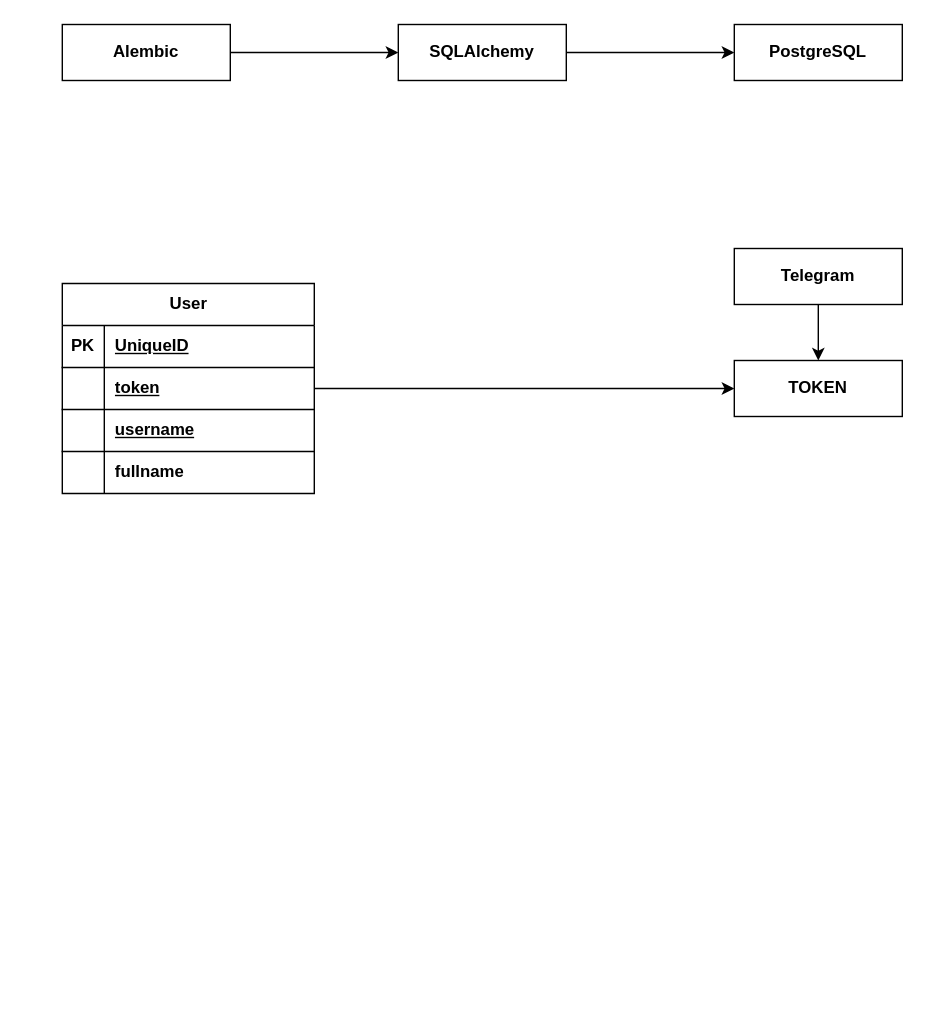
Before: page "Core" (3 of 4) of data/Diagram.drawio in aintp3d0/GameProfile, a draw.io diagram. Source tidied: cells renumbered, new cells numbered last; positions are measured from the earlier drawing's top-left corner, leaving out a move shared by most shapes. Both pictures are drawn from the tidied source at 140%, with x=0, y=0 at pixel (62, 24).
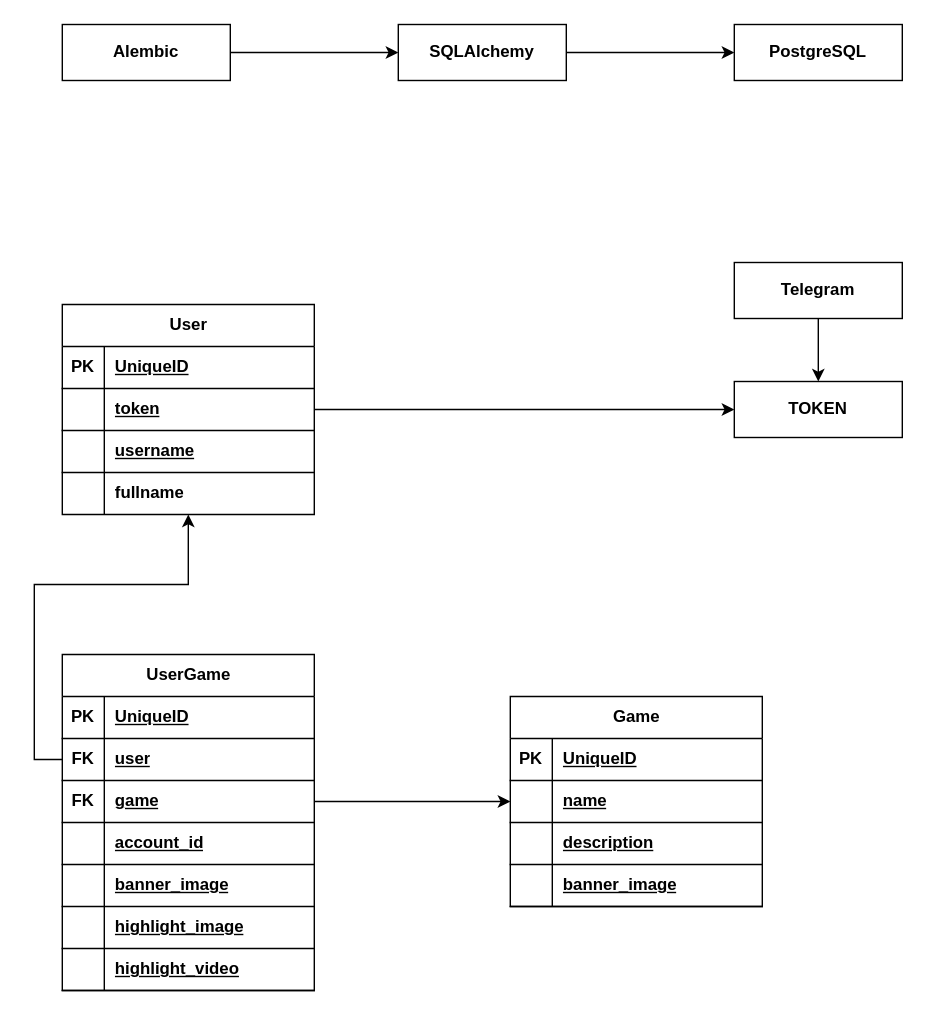
The same page after the edit.

Commit message (it also covers changes not shown here):
Core: Add tables `Game`, `UserGame`

Diff of the diagram source:
```diff
@@
     <mxCell id="7" value="User" style="shape=table;startSize=30;childLayout=tableLayout;rowLines=0;fontStyle=1;align=center;html=1;" parent="1" vertex="1">
-      <mxGeometry y="185" width="180" height="150" as="geometry" />
+      <mxGeometry y="200" width="180" height="150" as="geometry" />
     </mxCell>
@@
     <mxCell id="21" value="&lt;b&gt;Telegram&lt;/b&gt;" style="rounded=0;whiteSpace=wrap;html=1;" parent="1" vertex="1">
-      <mxGeometry x="480" y="160" width="120" height="40" as="geometry" />
+      <mxGeometry x="480" y="170" width="120" height="40" as="geometry" />
     </mxCell>
     <mxCell id="22" value="&lt;b&gt;TOKEN&lt;/b&gt;" style="whiteSpace=wrap;html=1;rounded=0;" parent="1" vertex="1">
-      <mxGeometry x="480" y="240" width="120" height="40" as="geometry" />
+      <mxGeometry x="480" y="255" width="120" height="40" as="geometry" />
     </mxCell>
+    <mxCell id="24" value="Game" style="shape=table;startSize=30;childLayout=tableLayout;rowLines=0;fontStyle=1;align=center;html=1;" parent="1" vertex="1">
+      <mxGeometry x="320" y="480" width="180" height="150" as="geometry" />
+    </mxCell>
+    <mxCell id="25" style="shape=tableRow;horizontal=0;startSize=0;swimlaneHead=0;swimlaneBody=0;fillColor=none;top=0;left=0;right=0;bottom=1;" parent="24" vertex="1">
+      <mxGeometry y="30" width="180" height="30" as="geometry" />
+    </mxCell>
+    <mxCell id="26" value="PK" style="shape=partialRectangle;fillColor=none;top=0;left=0;bottom=0;right=0;fontStyle=1;overflow=hidden;whiteSpace=wrap;html=1;" parent="25" vertex="1">
+      <mxGeometry width="30" height="30" as="geometry" />
+    </mxCell>
+    <mxCell id="27" value="UniqueID" style="shape=partialRectangle;fillColor=none;top=0;left=0;bottom=0;right=0;align=left;spacingLeft=6;fontStyle=5;overflow=hidden;whiteSpace=wrap;html=1;" parent="25" vertex="1">
+      <mxGeometry x="30" width="150" height="30" as="geometry" />
+    </mxCell>
+    <mxCell id="28" style="shape=tableRow;horizontal=0;startSize=0;swimlaneHead=0;swimlaneBody=0;fillColor=none;top=0;left=0;right=0;bottom=1;" parent="24" vertex="1">
+      <mxGeometry y="60" width="180" height="30" as="geometry" />
+    </mxCell>
+    <mxCell id="29" style="shape=partialRectangle;fillColor=none;top=0;left=0;bottom=0;right=0;fontStyle=1;overflow=hidden;whiteSpace=wrap;html=1;" parent="28" vertex="1">
+      <mxGeometry width="30" height="30" as="geometry" />
+    </mxCell>
+    <mxCell id="30" value="name" style="shape=partialRectangle;fillColor=none;top=0;left=0;bottom=0;right=0;align=left;spacingLeft=6;fontStyle=5;overflow=hidden;whiteSpace=wrap;html=1;" parent="28" vertex="1">
+      <mxGeometry x="30" width="150" height="30" as="geometry" />
+    </mxCell>
+    <mxCell id="31" style="shape=tableRow;horizontal=0;startSize=0;swimlaneHead=0;swimlaneBody=0;fillColor=none;top=0;left=0;right=0;bottom=1;" parent="24" vertex="1">
+      <mxGeometry y="90" width="180" height="30" as="geometry" />
+    </mxCell>
+    <mxCell id="32" style="shape=partialRectangle;fillColor=none;top=0;left=0;bottom=0;right=0;fontStyle=1;overflow=hidden;whiteSpace=wrap;html=1;" parent="31" vertex="1">
+      <mxGeometry width="30" height="30" as="geometry" />
+    </mxCell>
+    <mxCell id="33" value="description" style="shape=partialRectangle;fillColor=none;top=0;left=0;bottom=0;right=0;align=left;spacingLeft=6;fontStyle=5;overflow=hidden;whiteSpace=wrap;html=1;" parent="31" vertex="1">
+      <mxGeometry x="30" width="150" height="30" as="geometry" />
+    </mxCell>
+    <mxCell id="34" style="shape=tableRow;horizontal=0;startSize=0;swimlaneHead=0;swimlaneBody=0;fillColor=none;top=0;left=0;right=0;bottom=1;" parent="24" vertex="1">
+      <mxGeometry y="120" width="180" height="30" as="geometry" />
+    </mxCell>
+    <mxCell id="35" style="shape=partialRectangle;fillColor=none;top=0;left=0;bottom=0;right=0;fontStyle=1;overflow=hidden;whiteSpace=wrap;html=1;" parent="34" vertex="1">
+      <mxGeometry width="30" height="30" as="geometry" />
+    </mxCell>
+    <mxCell id="36" value="banner_image" style="shape=partialRectangle;fillColor=none;top=0;left=0;bottom=0;right=0;align=left;spacingLeft=6;fontStyle=5;overflow=hidden;whiteSpace=wrap;html=1;" parent="34" vertex="1">
+      <mxGeometry x="30" width="150" height="30" as="geometry" />
+    </mxCell>
+    <mxCell id="37" value="UserGame" style="shape=table;startSize=30;childLayout=tableLayout;rowLines=0;fontStyle=1;align=center;html=1;" parent="1" vertex="1">
+      <mxGeometry y="450" width="180" height="240" as="geometry" />
+    </mxCell>
+    <mxCell id="38" style="shape=tableRow;horizontal=0;startSize=0;swimlaneHead=0;swimlaneBody=0;fillColor=none;top=0;left=0;right=0;bottom=1;" parent="37" vertex="1">
+      <mxGeometry y="30" width="180" height="30" as="geometry" />
+    </mxCell>
+    <mxCell id="39" value="PK" style="shape=partialRectangle;fillColor=none;top=0;left=0;bottom=0;right=0;fontStyle=1;overflow=hidden;whiteSpace=wrap;html=1;" parent="38" vertex="1">
+      <mxGeometry width="30" height="30" as="geometry" />
+    </mxCell>
+    <mxCell id="40" value="UniqueID" style="shape=partialRectangle;fillColor=none;top=0;left=0;bottom=0;right=0;align=left;spacingLeft=6;fontStyle=5;overflow=hidden;whiteSpace=wrap;html=1;" parent="38" vertex="1">
+      <mxGeometry x="30" width="150" height="30" as="geometry" />
+    </mxCell>
+    <mxCell id="41" style="shape=tableRow;horizontal=0;startSize=0;swimlaneHead=0;swimlaneBody=0;fillColor=none;points=[[0,0.5],[1,0.5]];portConstraint=eastwest;top=0;left=0;right=0;bottom=1;" parent="37" vertex="1">
+      <mxGeometry y="60" width="180" height="30" as="geometry" />
+    </mxCell>
+    <mxCell id="42" value="FK" style="shape=partialRectangle;fillColor=none;top=0;left=0;bottom=0;right=0;fontStyle=1;overflow=hidden;whiteSpace=wrap;html=1;" parent="41" vertex="1">
+      <mxGeometry width="30" height="30" as="geometry" />
+    </mxCell>
+    <mxCell id="43" value="user" style="shape=partialRectangle;fillColor=none;top=0;left=0;bottom=0;right=0;align=left;spacingLeft=6;fontStyle=5;overflow=hidden;whiteSpace=wrap;html=1;" parent="41" vertex="1">
+      <mxGeometry x="30" width="150" height="30" as="geometry" />
+    </mxCell>
+    <mxCell id="44" style="shape=tableRow;horizontal=0;startSize=0;swimlaneHead=0;swimlaneBody=0;fillColor=none;points=[[0,0.5],[1,0.5]];portConstraint=eastwest;top=0;left=0;right=0;bottom=1;" parent="37" vertex="1">
+      <mxGeometry y="90" width="180" height="30" as="geometry" />
+    </mxCell>
+    <mxCell id="45" value="FK" style="shape=partialRectangle;fillColor=none;top=0;left=0;bottom=0;right=0;fontStyle=1;overflow=hidden;whiteSpace=wrap;html=1;" parent="44" vertex="1">
+      <mxGeometry width="30" height="30" as="geometry" />
+    </mxCell>
+    <mxCell id="46" value="game" style="shape=partialRectangle;fillColor=none;top=0;left=0;bottom=0;right=0;align=left;spacingLeft=6;fontStyle=5;overflow=hidden;whiteSpace=wrap;html=1;" parent="44" vertex="1">
+      <mxGeometry x="30" width="150" height="30" as="geometry" />
+    </mxCell>
+    <mxCell id="47" style="shape=tableRow;horizontal=0;startSize=0;swimlaneHead=0;swimlaneBody=0;fillColor=none;top=0;left=0;right=0;bottom=1;" parent="37" vertex="1">
+      <mxGeometry y="120" width="180" height="30" as="geometry" />
+    </mxCell>
+    <mxCell id="48" style="shape=partialRectangle;fillColor=none;top=0;left=0;bottom=0;right=0;fontStyle=1;overflow=hidden;whiteSpace=wrap;html=1;" parent="47" vertex="1">
+      <mxGeometry width="30" height="30" as="geometry" />
+    </mxCell>
+    <mxCell id="49" value="account_id" style="shape=partialRectangle;fillColor=none;top=0;left=0;bottom=0;right=0;align=left;spacingLeft=6;fontStyle=5;overflow=hidden;whiteSpace=wrap;html=1;" parent="47" vertex="1">
+      <mxGeometry x="30" width="150" height="30" as="geometry" />
+    </mxCell>
+    <mxCell id="50" style="shape=tableRow;horizontal=0;startSize=0;swimlaneHead=0;swimlaneBody=0;fillColor=none;top=0;left=0;right=0;bottom=1;" parent="37" vertex="1">
+      <mxGeometry y="150" width="180" height="30" as="geometry" />
+    </mxCell>
+    <mxCell id="51" style="shape=partialRectangle;fillColor=none;top=0;left=0;bottom=0;right=0;fontStyle=1;overflow=hidden;whiteSpace=wrap;html=1;" parent="50" vertex="1">
+      <mxGeometry width="30" height="30" as="geometry" />
+    </mxCell>
+    <mxCell id="52" value="banner_image" style="shape=partialRectangle;fillColor=none;top=0;left=0;bottom=0;right=0;align=left;spacingLeft=6;fontStyle=5;overflow=hidden;whiteSpace=wrap;html=1;" parent="50" vertex="1">
+      <mxGeometry x="30" width="150" height="30" as="geometry" />
+    </mxCell>
+    <mxCell id="53" style="shape=tableRow;horizontal=0;startSize=0;swimlaneHead=0;swimlaneBody=0;fillColor=none;top=0;left=0;right=0;bottom=1;" parent="37" vertex="1">
+      <mxGeometry y="180" width="180" height="30" as="geometry" />
+    </mxCell>
+    <mxCell id="54" style="shape=partialRectangle;fillColor=none;top=0;left=0;bottom=0;right=0;fontStyle=1;overflow=hidden;whiteSpace=wrap;html=1;" parent="53" vertex="1">
+      <mxGeometry width="30" height="30" as="geometry" />
+    </mxCell>
+    <mxCell id="55" value="highlight_image" style="shape=partialRectangle;fillColor=none;top=0;left=0;bottom=0;right=0;align=left;spacingLeft=6;fontStyle=5;overflow=hidden;whiteSpace=wrap;html=1;" parent="53" vertex="1">
+      <mxGeometry x="30" width="150" height="30" as="geometry" />
+    </mxCell>
+    <mxCell id="56" style="shape=tableRow;horizontal=0;startSize=0;swimlaneHead=0;swimlaneBody=0;fillColor=none;top=0;left=0;right=0;bottom=1;" parent="37" vertex="1">
+      <mxGeometry y="210" width="180" height="30" as="geometry" />
+    </mxCell>
+    <mxCell id="57" style="shape=partialRectangle;fillColor=none;top=0;left=0;bottom=0;right=0;fontStyle=1;overflow=hidden;whiteSpace=wrap;html=1;" parent="56" vertex="1">
+      <mxGeometry width="30" height="30" as="geometry" />
+    </mxCell>
+    <mxCell id="58" value="highlight_video" style="shape=partialRectangle;fillColor=none;top=0;left=0;bottom=0;right=0;align=left;spacingLeft=6;fontStyle=5;overflow=hidden;whiteSpace=wrap;html=1;" parent="56" vertex="1">
+      <mxGeometry x="30" width="150" height="30" as="geometry" />
+    </mxCell>
+    <mxCell id="59" style="edgeStyle=orthogonalEdgeStyle;rounded=0;jettySize=auto;html=1;" parent="1" edge="1" source="44" target="24">
+      <mxGeometry relative="1" as="geometry" />
+    </mxCell>
+    <mxCell id="60" style="edgeStyle=orthogonalEdgeStyle;rounded=0;jettySize=auto;html=1;" parent="1" edge="1" source="41" target="7">
+      <mxGeometry relative="1" as="geometry">
+        <Array as="points">
+          <mxPoint x="-20" y="525" />
+          <mxPoint x="-20" y="400" />
+          <mxPoint x="90" y="400" />
+        </Array>
+      </mxGeometry>
+    </mxCell>
```
